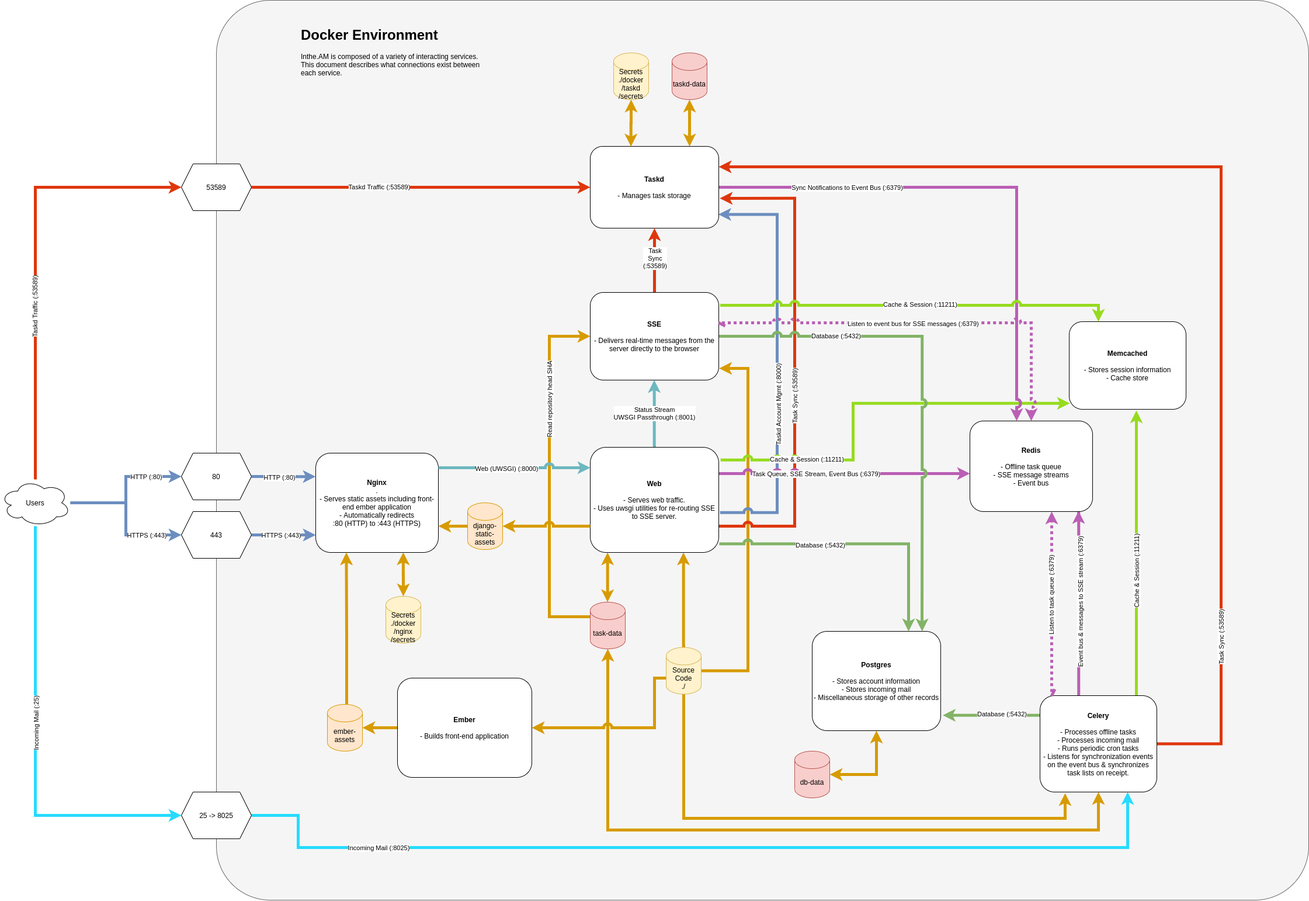
This is docs/development/docker_diagram.png from coddingtonbear/inthe.am, a draw.io export, as it was before one commit. Source tidied: cells renumbered, new cells last; positions are measured from the earlier drawing's top-left corner, leaving out a move shared by most shapes.
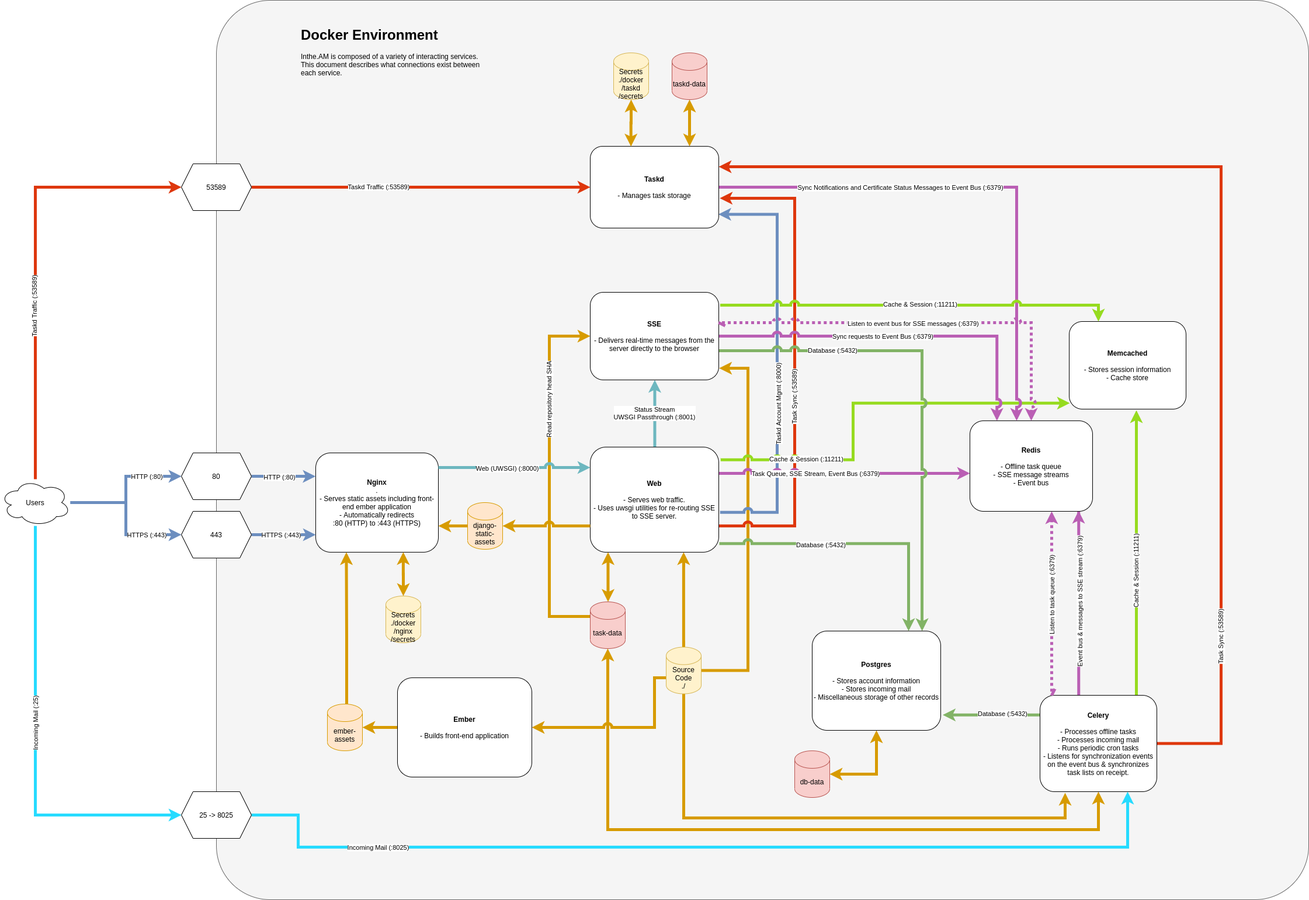
Above is the later version.

Commit message:
Fixing chart: SSE doesn't actually talk to Taskd directly, as it turns out.

The edit, as a diff of the source:
```diff
@@ -173,26 +173,25 @@
       <mxGeometry x="800" y="860" width="60" height="80" as="geometry" />
     </mxCell>
     <mxCell id="34" style="edgeStyle=orthogonalEdgeStyle;rounded=0;sketch=0;jettySize=auto;html=1;entryX=0.855;entryY=0;entryDx=0;entryDy=0;entryPerimeter=0;shadow=0;startArrow=none;startFill=0;endArrow=classic;endFill=1;strokeWidth=5;fillColor=#d5e8d4;strokeColor=#82b366;jumpStyle=arc;" parent="1" edge="1" source="38" target="56">
-      <mxGeometry relative="1" as="geometry" />
+      <mxGeometry relative="1" as="geometry">
+        <Array as="points">
+          <mxPoint x="1578" y="600" />
+        </Array>
+      </mxGeometry>
     </mxCell>
     <mxCell id="35" value="Database (:5432)" style="edgeLabel;html=1;align=center;verticalAlign=middle;" parent="34" vertex="1">
       <mxGeometry x="-0.53" y="2" relative="1" as="geometry">
         <mxPoint y="1" as="offset" />
       </mxGeometry>
     </mxCell>
-    <mxCell id="36" style="edgeStyle=orthogonalEdgeStyle;rounded=0;sketch=0;jettySize=auto;html=1;shadow=0;startArrow=none;startFill=0;endArrow=classic;endFill=1;strokeWidth=5;fillColor=#60a917;strokeColor=#DE370D;" parent="1" edge="1" source="38" target="61">
-      <mxGeometry relative="1" as="geometry">
-        <Array as="points">
-          <mxPoint x="1120" y="450" />
-          <mxPoint x="1120" y="450" />
-        </Array>
-      </mxGeometry>
-    </mxCell>
-    <mxCell id="37" value="Task&lt;br&gt;Sync&lt;br&gt;(:53589)" style="edgeLabel;html=1;align=center;verticalAlign=middle;horizontal=1;" parent="36" vertex="1">
-      <mxGeometry x="0.25" y="-4" relative="1" as="geometry">
-        <mxPoint x="-4" y="9" as="offset" />
-      </mxGeometry>
-    </mxCell>
+    <mxCell id="91" style="edgeStyle=orthogonalEdgeStyle;rounded=0;sketch=0;jettySize=auto;html=1;entryX=0.22;entryY=0;entryDx=0;entryDy=0;entryPerimeter=0;shadow=0;startArrow=none;startFill=0;endFill=1;strokeColor=#BA5FB4;strokeWidth=5;fillColor=#d0cee2;jumpStyle=arc;" parent="1" edge="1" source="38" target="54">
+      <mxGeometry relative="1" as="geometry" />
+    </mxCell>
+    <mxCell id="92" value="Sync requests to Event Bus (:6379)" style="edgeLabel;html=1;align=center;verticalAlign=middle;" parent="91" vertex="1">
+      <mxGeometry x="-0.31" y="5" relative="1" as="geometry">
+        <mxPoint x="67.5" y="5" as="offset" />
+      </mxGeometry>
+    </mxCell>
     <mxCell id="38" value="&lt;b&gt;SSE&lt;/b&gt;&lt;br&gt;&lt;br&gt;- Delivers real-time messages from the server directly to the browser" style="rounded=1;whiteSpace=wrap;html=1;strokeColor=#000000;" parent="1" vertex="1">
       <mxGeometry x="1010" y="500" width="220" height="150" as="geometry" />
     </mxCell>
@@ -299,9 +298,9 @@
         </Array>
       </mxGeometry>
     </mxCell>
-    <mxCell id="60" value="Sync Notifications to Event Bus (:6379)" style="edgeLabel;html=1;align=center;verticalAlign=middle;" parent="59" vertex="1">
+    <mxCell id="60" value="Sync Notifications and Certificate Status Messages to Event Bus (:6379)" style="edgeLabel;html=1;align=center;verticalAlign=middle;" parent="59" vertex="1">
       <mxGeometry x="-0.54" y="-1" relative="1" as="geometry">
-        <mxPoint x="11.2" y="-1.1" as="offset" />
+        <mxPoint x="101.8" y="-1" as="offset" />
       </mxGeometry>
     </mxCell>
     <mxCell id="61" value="&lt;b&gt;Taskd&lt;/b&gt;&lt;br&gt;&lt;br&gt;- Manages task storage" style="rounded=1;whiteSpace=wrap;html=1;strokeColor=#000000;" parent="1" vertex="1">
```
